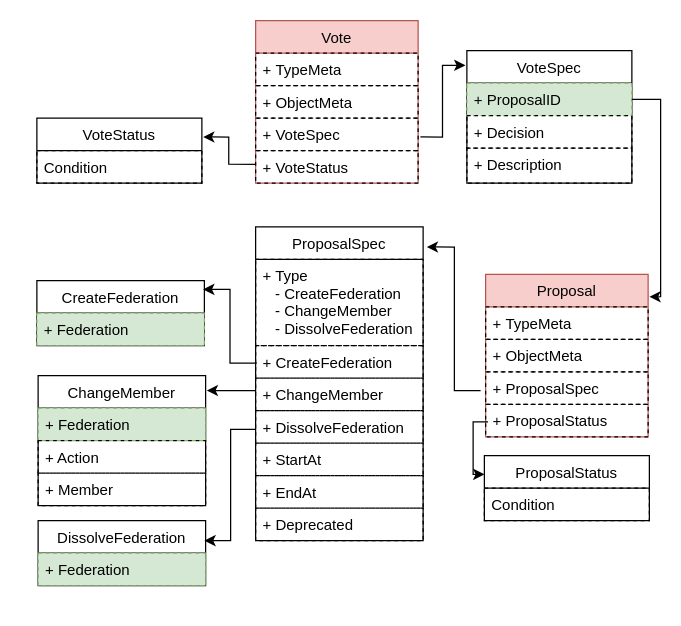
Before: page "Page-1" (1 of 2) of dev_design/models-design/proposal-vote.drawio in bestchains/product-design, a draw.io diagram. Source tidied: cells renumbered, new cells numbered last; positions are measured from the earlier drawing's top-left corner, leaving out a move shared by most shapes. Both pictures are drawn from the tidied source at 125%, with x=0, y=0 at pixel (36, 20).
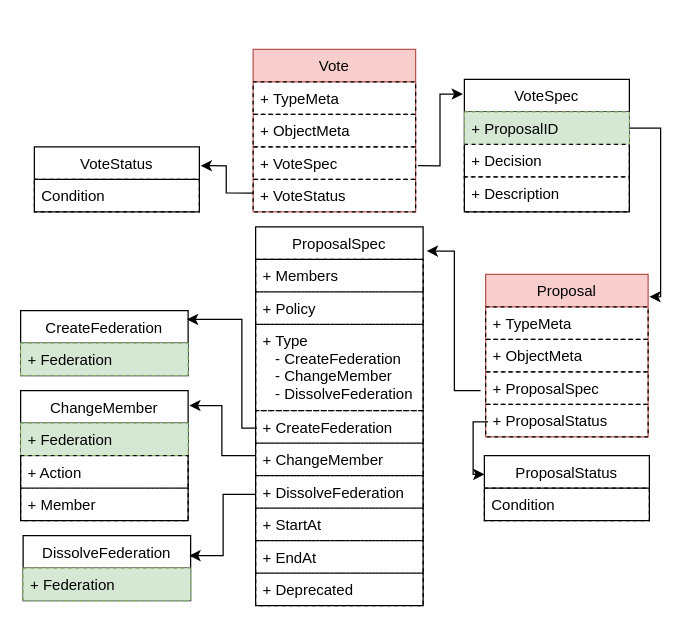
The same page after the edit.

Commit message (it also covers changes not shown here):
update federation and proposal-vote drawio

Diff of the diagram source:
```diff
@@
     <mxCell id="2" value="ProposalSpec" style="swimlane;fontStyle=0;horizontal=1;startSize=26;fillColor=none;rounded=0;shadow=0;comic=0;swimlaneLine=1;glass=0;swimlaneFillColor=none;" parent="1" vertex="1">
-      <mxGeometry x="175" y="165" width="134" height="251" as="geometry" />
+      <mxGeometry x="175" y="165" width="134" height="303" as="geometry" />
     </mxCell>
+    <mxCell id="44" value="+ Members" style="text;strokeColor=#000000;fillColor=none;align=left;verticalAlign=top;spacingLeft=4;spacingRight=4;overflow=hidden;rounded=0;dashed=1;glass=0;" parent="2" vertex="1">
+      <mxGeometry y="26" width="134" height="26" as="geometry" />
+    </mxCell>
+    <mxCell id="45" value="+ Policy" style="text;strokeColor=#000000;fillColor=none;align=left;verticalAlign=top;spacingLeft=4;spacingRight=4;overflow=hidden;rounded=0;dashed=1;glass=0;" parent="2" vertex="1">
+      <mxGeometry y="52" width="134" height="26" as="geometry" />
+    </mxCell>
     <mxCell id="3" value="+ Type&#10;   - CreateFederation&#10;   - ChangeMember&#10;   - DissolveFederation" style="text;strokeColor=#000000;fillColor=none;align=left;verticalAlign=top;spacingLeft=4;spacingRight=4;overflow=hidden;rounded=0;dashed=1;glass=0;" parent="2" vertex="1">
-      <mxGeometry y="26" width="134" height="69" as="geometry" />
+      <mxGeometry y="78" width="134" height="69" as="geometry" />
     </mxCell>
     <mxCell id="4" value="+ CreateFederation&#10;" style="text;strokeColor=#000000;fillColor=none;align=left;verticalAlign=top;spacingLeft=4;spacingRight=4;overflow=hidden;points=[[0,0.5],[1,0.5]];portConstraint=eastwest;rounded=0;dashed=1;glass=0;" parent="2" vertex="1">
-      <mxGeometry y="95" width="134" height="26" as="geometry" />
+      <mxGeometry y="147" width="134" height="26" as="geometry" />
     </mxCell>
     <mxCell id="5" value="+ ChangeMember&#10;" style="text;strokeColor=#000000;fillColor=none;align=left;verticalAlign=top;spacingLeft=4;spacingRight=4;overflow=hidden;points=[[0,0.5],[1,0.5]];portConstraint=eastwest;rounded=0;dashed=1;glass=0;" parent="2" vertex="1">
-      <mxGeometry y="121" width="134" height="26" as="geometry" />
+      <mxGeometry y="173" width="134" height="26" as="geometry" />
     </mxCell>
     <mxCell id="6" value="+ DissolveFederation" style="text;strokeColor=#000000;fillColor=none;align=left;verticalAlign=top;spacingLeft=4;spacingRight=4;overflow=hidden;points=[[0,0.5],[1,0.5]];portConstraint=eastwest;rounded=0;dashed=1;glass=0;" parent="2" vertex="1">
-      <mxGeometry y="147" width="134" height="26" as="geometry" />
+      <mxGeometry y="199" width="134" height="26" as="geometry" />
     </mxCell>
     <mxCell id="7" value="+ StartAt &#10;" style="text;strokeColor=#000000;fillColor=none;align=left;verticalAlign=top;spacingLeft=4;spacingRight=4;overflow=hidden;rounded=0;dashed=1;glass=0;" parent="2" vertex="1">
-      <mxGeometry y="173" width="134" height="26" as="geometry" />
+      <mxGeometry y="225" width="134" height="26" as="geometry" />
     </mxCell>
     <mxCell id="8" value="+ EndAt&#10;" style="text;strokeColor=#000000;fillColor=none;align=left;verticalAlign=top;spacingLeft=4;spacingRight=4;overflow=hidden;rounded=0;dashed=1;glass=0;" parent="2" vertex="1">
-      <mxGeometry y="199" width="134" height="26" as="geometry" />
+      <mxGeometry y="251" width="134" height="26" as="geometry" />
     </mxCell>
     <mxCell id="9" value="+ Deprecated" style="text;strokeColor=#000000;fillColor=none;align=left;verticalAlign=top;spacingLeft=4;spacingRight=4;overflow=hidden;rounded=0;dashed=1;glass=0;" parent="2" vertex="1">
-      <mxGeometry y="225" width="134" height="26" as="geometry" />
+      <mxGeometry y="277" width="134" height="26" as="geometry" />
     </mxCell>
     <mxCell id="10" value="VoteSpec" style="swimlane;fontStyle=0;horizontal=1;startSize=26;fillColor=none;rounded=0;shadow=0;comic=0;swimlaneLine=1;glass=0;swimlaneFillColor=none;" parent="1" vertex="1">
-      <mxGeometry x="344" y="24" width="132" height="106" as="geometry" />
+      <mxGeometry x="342" y="47" width="132" height="106" as="geometry" />
     </mxCell>
@@
     <mxCell id="14" value="Vote" style="swimlane;fontStyle=0;horizontal=1;startSize=26;fillColor=#f8cecc;rounded=0;shadow=0;comic=0;swimlaneLine=1;glass=0;swimlaneFillColor=none;strokeColor=#b85450;" parent="1" vertex="1">
-      <mxGeometry x="175" width="130" height="130" as="geometry" />
+      <mxGeometry x="173" y="23" width="130" height="130" as="geometry" />
     </mxCell>
@@
     <mxCell id="19" value="VoteStatus" style="swimlane;fontStyle=0;horizontal=1;startSize=26;fillColor=none;rounded=0;shadow=0;comic=0;swimlaneLine=1;glass=0;swimlaneFillColor=none;" parent="1" vertex="1">
-      <mxGeometry y="78" width="132" height="52" as="geometry" />
+      <mxGeometry x="-2" y="101" width="132" height="52" as="geometry" />
     </mxCell>
@@
     <mxCell id="28" value="CreateFederation" style="swimlane;fontStyle=0;horizontal=1;startSize=26;fillColor=none;rounded=0;shadow=0;comic=0;swimlaneLine=1;glass=0;swimlaneFillColor=none;" parent="1" vertex="1">
-      <mxGeometry y="208" width="134" height="52" as="geometry" />
+      <mxGeometry x="-13" y="232" width="134" height="52" as="geometry" />
     </mxCell>
@@
     <mxCell id="30" value="ChangeMember" style="swimlane;fontStyle=0;horizontal=1;startSize=26;fillColor=none;rounded=0;shadow=0;comic=0;swimlaneLine=1;glass=0;swimlaneFillColor=none;" parent="1" vertex="1">
-      <mxGeometry x="1" y="284" width="134" height="104" as="geometry" />
+      <mxGeometry x="-13" y="296" width="134" height="104" as="geometry" />
     </mxCell>
@@
     <mxCell id="34" value="DissolveFederation" style="swimlane;fontStyle=0;horizontal=1;startSize=26;fillColor=none;rounded=0;shadow=0;comic=0;swimlaneLine=1;glass=0;swimlaneFillColor=none;" parent="1" vertex="1">
-      <mxGeometry x="1" y="400" width="134" height="52" as="geometry" />
+      <mxGeometry x="-11" y="412" width="134" height="52" as="geometry" />
     </mxCell>
@@
     <mxCell id="36" style="endArrow=classic;html=1;rounded=0;entryX=0.993;entryY=0.135;entryDx=0;entryDy=0;entryPerimeter=0;exitX=0.007;exitY=0.538;exitDx=0;exitDy=0;exitPerimeter=0;edgeStyle=orthogonalEdgeStyle;" parent="1" edge="1" source="4" target="28">
-      <mxGeometry relative="1" as="geometry" />
+      <mxGeometry relative="1" as="geometry">
+        <Array as="points">
+          <mxPoint x="164" y="326" />
+          <mxPoint x="164" y="239" />
+        </Array>
+      </mxGeometry>
     </mxCell>
-    <mxCell id="37" style="endArrow=classic;html=1;rounded=0;entryX=1.007;entryY=0.115;entryDx=0;entryDy=0;entryPerimeter=0;exitX=0;exitY=0.385;exitDx=0;exitDy=0;exitPerimeter=0;" parent="1" edge="1" source="5" target="30">
+    <mxCell id="37" style="endArrow=classic;html=1;rounded=0;entryX=1.007;entryY=0.115;entryDx=0;entryDy=0;entryPerimeter=0;exitX=0;exitY=0.385;exitDx=0;exitDy=0;exitPerimeter=0;edgeStyle=orthogonalEdgeStyle;" parent="1" edge="1" source="5" target="30">
       <mxGeometry relative="1" as="geometry" />
     </mxCell>
```
